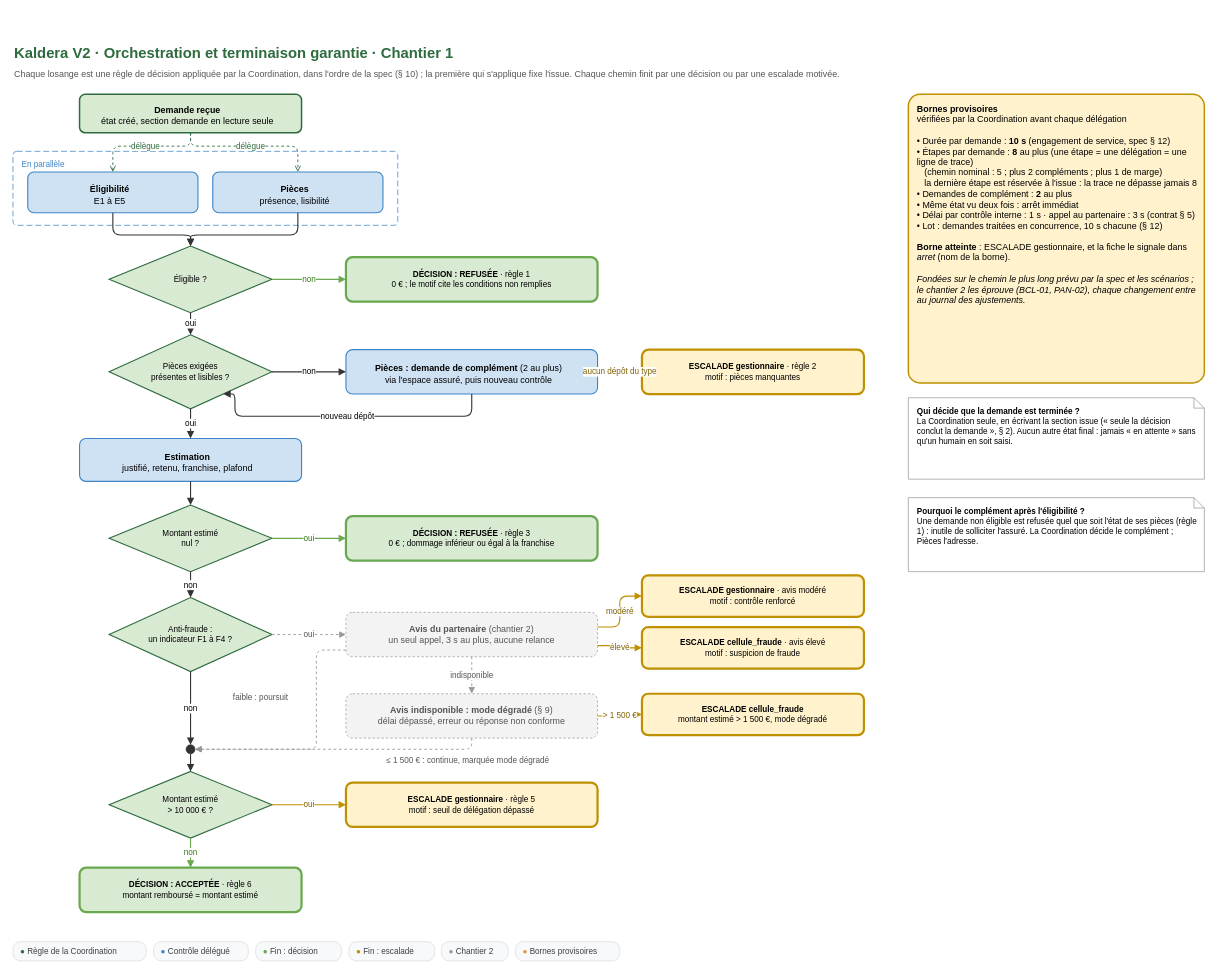
Above: conception/schemas/schema-2-orchestration.drawio in Ganda15/kaldera-bout-en-bout_v2 (draw.io), before the change. Source tidied: cells renumbered, new cells numbered last; positions are measured from the earlier drawing's top-left corner, leaving out a move shared by most shapes. Both pictures are drawn from the tidied source at 74%, with x=0, y=0 at pixel (13, 38).
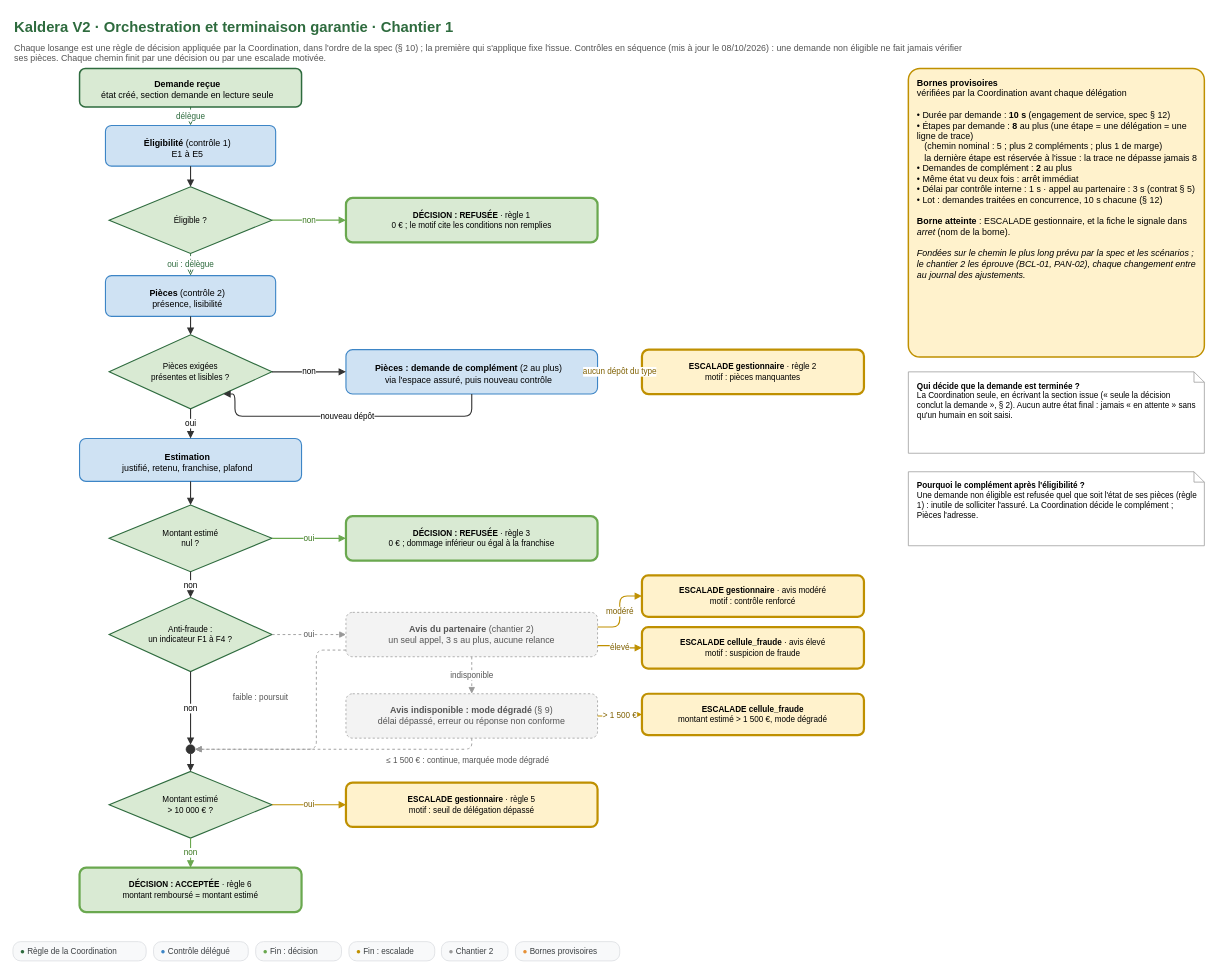
The same diagram, later.

The change refers to these unchanged cells:
```xml
<mxCell id="10" value="Pièces exigées&lt;br&gt;présentes et lisibles ?" style="rhombus;whiteSpace=wrap;html=1;fontFamily=Arial;fontSize=11;fillColor=#d9ead3;strokeColor=#2E6B3E;strokeWidth=1.5;" parent="1" vertex="1">
  <mxGeometry x="130" y="400" width="220" height="100" as="geometry" />
</mxCell>
```

What changed in the source:
```diff
@@
     <mxCell id="2" value="Kaldera V2 · Orchestration et terminaison garantie · Chantier 1" style="text;html=1;fontFamily=Arial;fontSize=20;fontStyle=1;fontColor=#2E6B3E;align=left;verticalAlign=top;" parent="1" vertex="1">
-      <mxGeometry width="1100" height="30" as="geometry" />
+      <mxGeometry y="-35" width="1100" height="30" as="geometry" />
     </mxCell>
-    <mxCell id="3" value="Chaque losange est une règle de décision appliquée par la Coordination, dans l'ordre de la spec (§ 10) ; la première qui s'applique fixe l'issue. Chaque chemin finit par une décision ou par une escalade motivée." style="text;html=1;fontFamily=Arial;fontSize=12;fontColor=#555555;align=left;verticalAlign=top;whiteSpace=wrap;" parent="1" vertex="1">
-      <mxGeometry y="34" width="1300" height="22" as="geometry" />
+    <mxCell id="3" value="Chaque losange est une règle de décision appliquée par la Coordination, dans l'ordre de la spec (§ 10) ; la première qui s'applique fixe l'issue. Contrôles en séquence (mis à jour le 08/10/2026) : une demande non éligible ne fait jamais vérifier ses pièces. Chaque chemin finit par une décision ou par une escalade motivée." style="text;html=1;fontFamily=Arial;fontSize=12;fontColor=#555555;align=left;verticalAlign=top;whiteSpace=wrap;" parent="1" vertex="1">
+      <mxGeometry y="-1" width="1300" height="22" as="geometry" />
     </mxCell>
     <mxCell id="4" value="&lt;b&gt;Demande reçue&lt;/b&gt;&lt;br&gt;état créé, section demande en lecture seule" style="whiteSpace=wrap;html=1;fontFamily=Arial;fontSize=12;align=left;spacingLeft=10;spacingRight=8;verticalAlign=top;spacingTop=6;rounded=1;fillColor=#d9ead3;strokeColor=#2E6B3E;strokeWidth=2;align=center;verticalAlign=middle;spacingLeft=0;" parent="1" vertex="1">
-      <mxGeometry x="90" y="75" width="300" height="52" as="geometry" />
+      <mxGeometry x="90" y="40" width="300" height="52" as="geometry" />
     </mxCell>
-    <mxCell id="5" value="En parallèle" style="rounded=1;arcSize=5;whiteSpace=wrap;html=1;fillColor=none;strokeColor=#3d85c6;dashed=1;dashPattern=8 4;verticalAlign=top;align=left;spacingLeft=10;spacingTop=4;fontFamily=Arial;fontSize=11;fontColor=#3d85c6;" parent="1" vertex="1">
-      <mxGeometry y="152" width="520" height="100" as="geometry" />
-    </mxCell>
-    <mxCell id="6" value="&lt;b&gt;Éligibilité&lt;/b&gt;&lt;br&gt;E1 à E5" style="whiteSpace=wrap;html=1;fontFamily=Arial;fontSize=12;align=left;spacingLeft=10;spacingRight=8;verticalAlign=top;spacingTop=6;rounded=1;fillColor=#cfe2f3;strokeColor=#3d85c6;strokeWidth=1.5;align=center;verticalAlign=middle;spacingLeft=0;" parent="1" vertex="1">
-      <mxGeometry x="20" y="180" width="230" height="55" as="geometry" />
+    <mxCell id="6" value="&lt;b&gt;Éligibilité&lt;/b&gt; (contrôle 1)&lt;br&gt;E1 à E5" style="whiteSpace=wrap;html=1;fontFamily=Arial;fontSize=12;align=left;spacingLeft=10;spacingRight=8;verticalAlign=top;spacingTop=6;rounded=1;fillColor=#cfe2f3;strokeColor=#3d85c6;strokeWidth=1.5;align=center;verticalAlign=middle;spacingLeft=0;" parent="1" vertex="1">
+      <mxGeometry x="125" y="117" width="230" height="55" as="geometry" />
     </mxCell>
-    <mxCell id="7" value="&lt;b&gt;Pièces&lt;/b&gt;&lt;br&gt;présence, lisibilité" style="whiteSpace=wrap;html=1;fontFamily=Arial;fontSize=12;align=left;spacingLeft=10;spacingRight=8;verticalAlign=top;spacingTop=6;rounded=1;fillColor=#cfe2f3;strokeColor=#3d85c6;strokeWidth=1.5;align=center;verticalAlign=middle;spacingLeft=0;" parent="1" vertex="1">
-      <mxGeometry x="270" y="180" width="230" height="55" as="geometry" />
-    </mxCell>
     <mxCell id="8" value="Éligible ?" style="rhombus;whiteSpace=wrap;html=1;fontFamily=Arial;fontSize=11;fillColor=#d9ead3;strokeColor=#2E6B3E;strokeWidth=1.5;" parent="1" vertex="1">
-      <mxGeometry x="130" y="280" width="220" height="90" as="geometry" />
+      <mxGeometry x="130" y="200" width="220" height="90" as="geometry" />
     </mxCell>
     <mxCell id="9" value="&lt;b&gt;DÉCISION : REFUSÉE&lt;/b&gt; · règle 1&lt;br&gt;0 € ; le motif cite les conditions non remplies" style="whiteSpace=wrap;html=1;fontFamily=Arial;fontSize=12;rounded=1;fillColor=#d9ead3;strokeColor=#6aa84f;strokeWidth=3;fontStyle=0;align=center;verticalAlign=middle;spacingLeft=0;fontSize=11;" parent="1" vertex="1">
-      <mxGeometry x="450" y="295" width="340" height="60" as="geometry" />
+      <mxGeometry x="450" y="215" width="340" height="60" as="geometry" />
     </mxCell>
+    <mxCell id="7" value="&lt;b&gt;Pièces&lt;/b&gt; (contrôle 2)&lt;br&gt;présence, lisibilité" style="whiteSpace=wrap;html=1;fontFamily=Arial;fontSize=12;align=left;spacingLeft=10;spacingRight=8;verticalAlign=top;spacingTop=6;rounded=1;fillColor=#cfe2f3;strokeColor=#3d85c6;strokeWidth=1.5;align=center;verticalAlign=middle;spacingLeft=0;" parent="1" vertex="1">
+      <mxGeometry x="125" y="320" width="230" height="55" as="geometry" />
+    </mxCell>
@@
     <mxCell id="25" value="&lt;b&gt;Bornes provisoires&lt;/b&gt;&lt;br&gt;vérifiées par la Coordination avant chaque délégation&lt;br&gt;&lt;br&gt;• Durée par demande : &lt;b&gt;10 s&lt;/b&gt; (engagement de service, spec § 12)&lt;br&gt;• Étapes par demande : &lt;b&gt;8&lt;/b&gt; au plus (une étape = une délégation = une ligne de trace)&lt;br&gt;&amp;nbsp;&amp;nbsp;&amp;nbsp;(chemin nominal : 5 ; plus 2 compléments ; plus 1 de marge)&lt;br&gt;&amp;nbsp;&amp;nbsp;&amp;nbsp;la dernière étape est réservée à l'issue : la trace ne dépasse jamais 8&lt;br&gt;• Demandes de complément : &lt;b&gt;2&lt;/b&gt; au plus&lt;br&gt;• Même état vu deux fois : arrêt immédiat&lt;br&gt;• Délai par contrôle interne : 1 s · appel au partenaire : 3 s (contrat § 5)&lt;br&gt;• Lot : demandes traitées en concurrence, 10 s chacune (§ 12)&lt;br&gt;&lt;br&gt;&lt;b&gt;Borne atteinte&lt;/b&gt; : ESCALADE gestionnaire, et la fiche le signale dans &lt;i&gt;arret&lt;/i&gt; (nom de la borne).&lt;br&gt;&lt;br&gt;&lt;i&gt;Fondées sur le chemin le plus long prévu par la spec et les scénarios ; le chantier 2 les éprouve (BCL-01, PAN-02), chaque changement entre au journal des ajustements.&lt;/i&gt;" style="whiteSpace=wrap;html=1;fontFamily=Arial;fontSize=12;align=left;spacingLeft=10;spacingRight=8;verticalAlign=top;spacingTop=6;rounded=1;fillColor=#fce5cd;strokeColor=#e69138;strokeWidth=2;fillColor=#fff2cc;strokeColor=#bf9000;arcSize=4;" parent="1" vertex="1">
-      <mxGeometry x="1210" y="75" width="400" height="390" as="geometry" />
+      <mxGeometry x="1210" y="40" width="400" height="390" as="geometry" />
     </mxCell>
     <mxCell id="26" value="&lt;b&gt;Qui décide que la demande est terminée ?&lt;/b&gt;&lt;br&gt;La Coordination seule, en écrivant la section issue (« seule la décision conclut la demande », § 2). Aucun autre état final : jamais « en attente » sans qu'un humain en soit saisi." style="whiteSpace=wrap;html=1;fontFamily=Arial;fontSize=12;align=left;spacingLeft=10;spacingRight=8;verticalAlign=top;spacingTop=6;shape=note;size=14;fillColor=#ffffff;strokeColor=#999999;fontSize=11;" parent="1" vertex="1">
-      <mxGeometry x="1210" y="485" width="400" height="110" as="geometry" />
+      <mxGeometry x="1210" y="450" width="400" height="110" as="geometry" />
     </mxCell>
     <mxCell id="27" value="&lt;b&gt;Pourquoi le complément après l'éligibilité ?&lt;/b&gt;&lt;br&gt;Une demande non éligible est refusée quel que soit l'état de ses pièces (règle 1) : inutile de solliciter l'assuré. La Coordination décide le complément ; Pièces l'adresse." style="whiteSpace=wrap;html=1;fontFamily=Arial;fontSize=12;align=left;spacingLeft=10;spacingRight=8;verticalAlign=top;spacingTop=6;shape=note;size=14;fillColor=#ffffff;strokeColor=#999999;fontSize=11;" parent="1" vertex="1">
-      <mxGeometry x="1210" y="620" width="400" height="100" as="geometry" />
+      <mxGeometry x="1210" y="585" width="400" height="100" as="geometry" />
     </mxCell>
     <mxCell id="28" value="délègue" style="edgeStyle=orthogonalEdgeStyle;rounded=1;html=1;fontFamily=Arial;fontSize=11;labelBackgroundColor=#ffffff;endArrow=open;endFill=0;dashed=1;strokeColor=#2E6B3E;strokeWidth=1.2;fontColor=#2E6B3E;exitX=0.5;exitY=1;exitDx=0;exitDy=0;entryX=0.5;entryY=0;entryDx=0;entryDy=0;" parent="1" edge="1" source="4" target="6">
-      <mxGeometry relative="1" as="geometry">
-        <Array as="points">
-          <mxPoint x="240" y="145" />
-          <mxPoint x="135" y="145" />
-        </Array>
-      </mxGeometry>
+      <mxGeometry relative="1" as="geometry" />
     </mxCell>
-    <mxCell id="29" value="délègue" style="edgeStyle=orthogonalEdgeStyle;rounded=1;html=1;fontFamily=Arial;fontSize=11;labelBackgroundColor=#ffffff;endArrow=open;endFill=0;dashed=1;strokeColor=#2E6B3E;strokeWidth=1.2;fontColor=#2E6B3E;exitX=0.5;exitY=1;exitDx=0;exitDy=0;entryX=0.5;entryY=0;entryDx=0;entryDy=0;" parent="1" edge="1" source="4" target="7">
-      <mxGeometry relative="1" as="geometry">
-        <Array as="points">
-          <mxPoint x="240" y="145" />
-          <mxPoint x="385" y="145" />
-        </Array>
-      </mxGeometry>
-    </mxCell>
     <mxCell id="30" style="edgeStyle=orthogonalEdgeStyle;rounded=1;html=1;fontFamily=Arial;fontSize=11;labelBackgroundColor=#ffffff;endArrow=block;endFill=1;strokeColor=#333333;strokeWidth=1.5;exitX=0.5;exitY=1;exitDx=0;exitDy=0;entryX=0.5;entryY=0;entryDx=0;entryDy=0;" parent="1" edge="1" source="6" target="8">
-      <mxGeometry relative="1" as="geometry">
-        <Array as="points">
-          <mxPoint x="135" y="265" />
-          <mxPoint x="240" y="265" />
-        </Array>
-      </mxGeometry>
+      <mxGeometry relative="1" as="geometry" />
     </mxCell>
-    <mxCell id="31" style="edgeStyle=orthogonalEdgeStyle;rounded=1;html=1;fontFamily=Arial;fontSize=11;labelBackgroundColor=#ffffff;endArrow=block;endFill=1;strokeColor=#333333;strokeWidth=1.5;exitX=0.5;exitY=1;exitDx=0;exitDy=0;entryX=0.5;entryY=0;entryDx=0;entryDy=0;" parent="1" edge="1" source="7" target="8">
-      <mxGeometry relative="1" as="geometry">
-        <Array as="points">
-          <mxPoint x="385" y="265" />
-          <mxPoint x="240" y="265" />
-        </Array>
-      </mxGeometry>
-    </mxCell>
@@
-    <mxCell id="33" value="oui" style="edgeStyle=orthogonalEdgeStyle;rounded=1;html=1;fontFamily=Arial;fontSize=11;labelBackgroundColor=#ffffff;endArrow=block;endFill=1;strokeColor=#333333;strokeWidth=1.5;exitX=0.5;exitY=1;exitDx=0;exitDy=0;entryX=0.5;entryY=0;entryDx=0;entryDy=0;" parent="1" edge="1" source="8" target="10">
+    <mxCell id="33" value="oui : délègue" style="edgeStyle=orthogonalEdgeStyle;rounded=1;html=1;fontFamily=Arial;fontSize=11;labelBackgroundColor=#ffffff;endArrow=open;endFill=0;dashed=1;strokeColor=#2E6B3E;strokeWidth=1.2;fontColor=#2E6B3E;exitX=0.5;exitY=1;exitDx=0;exitDy=0;entryX=0.5;entryY=0;entryDx=0;entryDy=0;" parent="1" edge="1" source="8" target="7">
       <mxGeometry relative="1" as="geometry" />
     </mxCell>
+    <mxCell id="61" style="edgeStyle=orthogonalEdgeStyle;rounded=1;html=1;fontFamily=Arial;fontSize=11;labelBackgroundColor=#ffffff;endArrow=block;endFill=1;strokeColor=#333333;strokeWidth=1.5;exitX=0.5;exitY=1;exitDx=0;exitDy=0;entryX=0.5;entryY=0;entryDx=0;entryDy=0;" parent="1" edge="1" source="7" target="10">
+      <mxGeometry relative="1" as="geometry" />
+    </mxCell>
```
